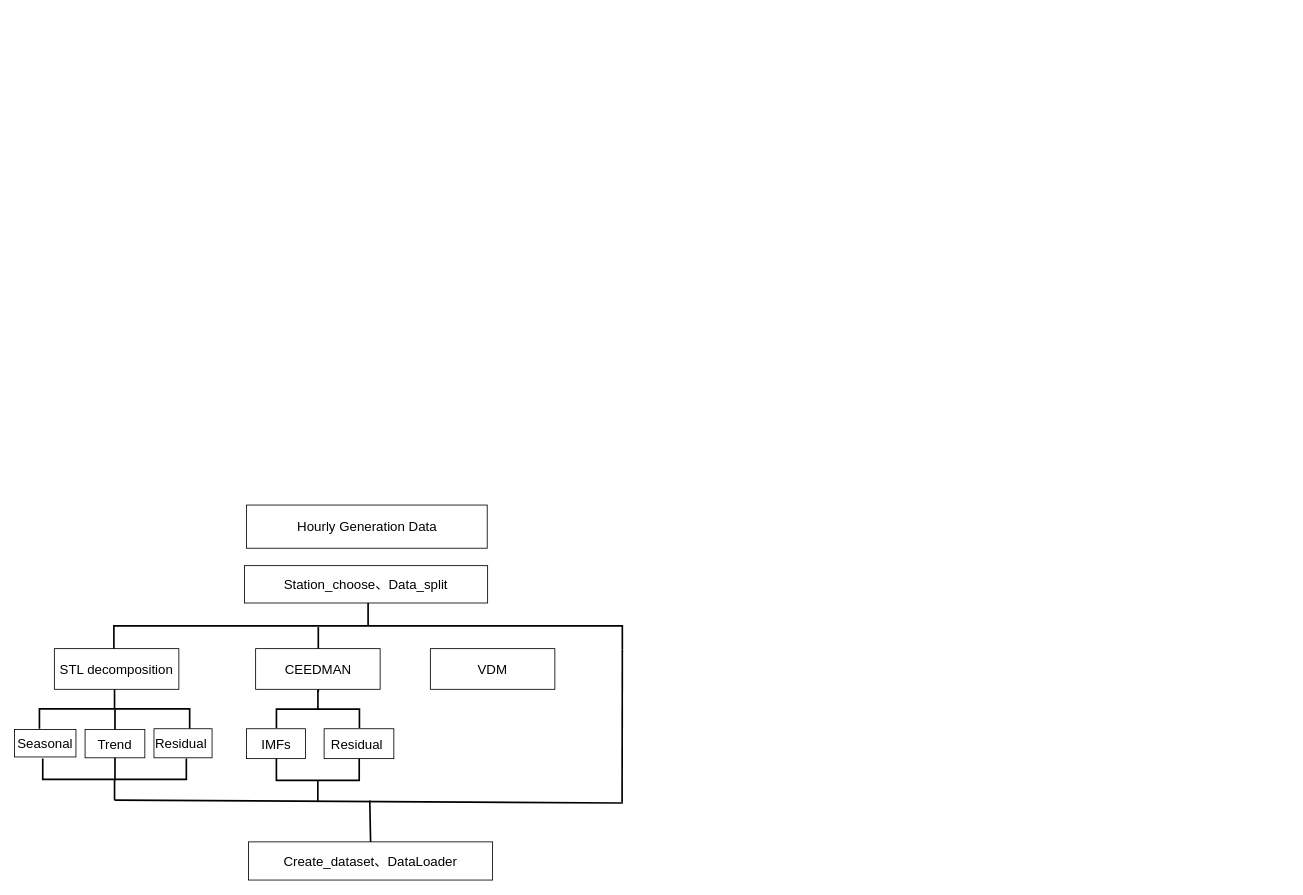
Earlier version of the draw.io diagram dataflow.drawio (TJSenzf/Short-term_SolarPowerPrediction). Source tidied: cells renumbered, new cells numbered last; positions are measured from the earlier drawing's top-left corner, leaving out a move shared by most shapes. Both pictures are drawn from the tidied source at 83%, with x=0, y=0 at pixel (14, 371).
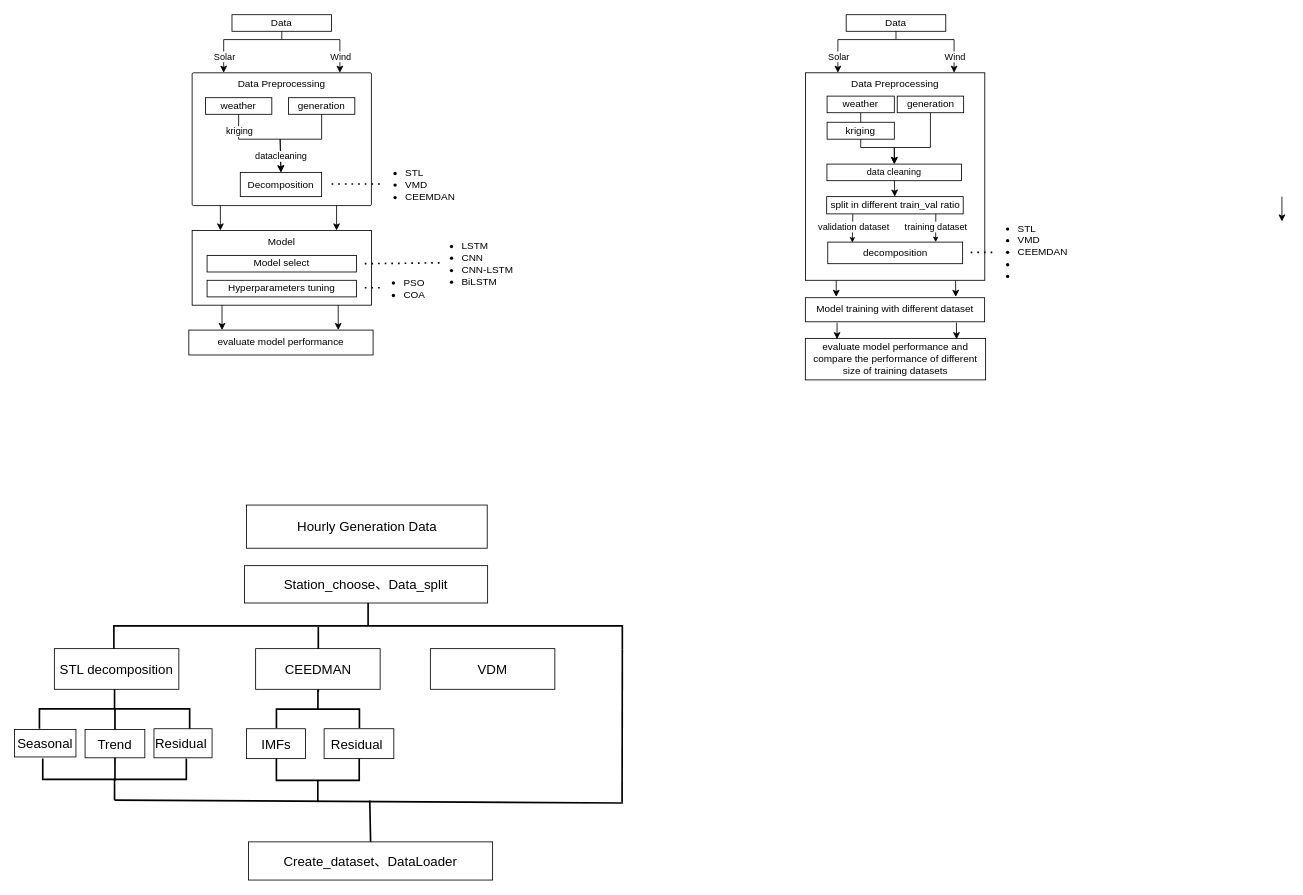
The same diagram, later.

Change to the diagram source:
```diff
@@
+    <mxCell id="23" value="Data" style="rounded=1;whiteSpace=wrap;html=1;fontSize=12;glass=0;strokeWidth=1;shadow=0;arcSize=0;" parent="1" vertex="1">
+      <mxGeometry x="262" y="-429.8" width="120" height="20" as="geometry" />
+    </mxCell>
+    <mxCell id="24" value="Data Preprocessing" style="rounded=1;whiteSpace=wrap;html=1;fontSize=12;glass=0;strokeWidth=1;shadow=0;verticalAlign=top;arcSize=1;" parent="1" vertex="1">
+      <mxGeometry x="214" y="-359.8" width="216" height="160" as="geometry" />
+    </mxCell>
+    <mxCell id="25" style="endArrow=classic;html=1;rounded=0;" parent="1" edge="1">
+      <mxGeometry relative="1" as="geometry">
+        <mxPoint x="322" y="-399.8" as="sourcePoint" />
+        <mxPoint x="392" y="-359.8" as="targetPoint" />
+        <Array as="points">
+          <mxPoint x="392" y="-399.8" />
+          <mxPoint x="392" y="-379.8" />
+        </Array>
+      </mxGeometry>
+    </mxCell>
+    <mxCell id="26" value="Wind" style="edgeLabel;html=1;align=center;verticalAlign=middle;" parent="25" vertex="1">
+      <mxGeometry relative="1" as="geometry">
+        <mxPoint x="15" y="20" as="offset" />
+      </mxGeometry>
+    </mxCell>
+    <mxCell id="27" style="endArrow=none;html=1;rounded=0;entryX=0.5;entryY=1;entryDx=0;entryDy=0;" parent="1" edge="1" target="23">
+      <mxGeometry relative="1" as="geometry">
+        <mxPoint x="322" y="-399.8" as="sourcePoint" />
+      </mxGeometry>
+    </mxCell>
+    <mxCell id="28" style="endArrow=classic;html=1;rounded=0;" parent="1" edge="1">
+      <mxGeometry relative="1" as="geometry">
+        <mxPoint x="322" y="-399.8" as="sourcePoint" />
+        <mxPoint x="252" y="-359.8" as="targetPoint" />
+        <Array as="points">
+          <mxPoint x="252" y="-399.8" />
+          <mxPoint x="252" y="-389.8" />
+        </Array>
+      </mxGeometry>
+    </mxCell>
+    <mxCell id="29" value="Solar" style="edgeLabel;html=1;align=center;verticalAlign=middle;" parent="28" vertex="1">
+      <mxGeometry relative="1" as="geometry">
+        <mxPoint x="-15" y="20" as="offset" />
+      </mxGeometry>
+    </mxCell>
+    <mxCell id="30" style="endArrow=classic;html=1;rounded=0;exitX=0.815;exitY=1;exitDx=0;exitDy=0;exitPerimeter=0;" parent="1" edge="1">
+      <mxGeometry relative="1" as="geometry">
+        <mxPoint x="388" y="-199.8" as="sourcePoint" />
+        <mxPoint x="388" y="-169.8" as="targetPoint" />
+      </mxGeometry>
+    </mxCell>
+    <mxCell id="31" value="Decomposition" style="rounded=1;whiteSpace=wrap;html=1;fontSize=12;glass=0;strokeWidth=1;shadow=0;arcSize=0;" parent="1" vertex="1">
+      <mxGeometry x="272" y="-239.8" width="98" height="29.2" as="geometry" />
+    </mxCell>
+    <mxCell id="32" style="endArrow=classic;html=1;rounded=0;exitX=0.815;exitY=1;exitDx=0;exitDy=0;exitPerimeter=0;" parent="1" edge="1">
+      <mxGeometry relative="1" as="geometry">
+        <mxPoint x="248" y="-199.8" as="sourcePoint" />
+        <mxPoint x="248" y="-169.8" as="targetPoint" />
+      </mxGeometry>
+    </mxCell>
+    <mxCell id="33" value="Model" style="rounded=1;whiteSpace=wrap;html=1;fontSize=12;glass=0;strokeWidth=1;shadow=0;arcSize=0;verticalAlign=top;" parent="1" vertex="1">
+      <mxGeometry x="214" y="-169.8" width="216" height="90" as="geometry" />
+    </mxCell>
+    <mxCell id="34" style="endArrow=classic;html=1;rounded=0;exitX=0.815;exitY=1;exitDx=0;exitDy=0;exitPerimeter=0;" parent="1" edge="1">
+      <mxGeometry relative="1" as="geometry">
+        <mxPoint x="390" y="-79.8" as="sourcePoint" />
+        <mxPoint x="390" y="-49.8" as="targetPoint" />
+      </mxGeometry>
+    </mxCell>
+    <mxCell id="35" style="endArrow=classic;html=1;rounded=0;exitX=0.815;exitY=1;exitDx=0;exitDy=0;exitPerimeter=0;" parent="1" edge="1">
+      <mxGeometry relative="1" as="geometry">
+        <mxPoint x="250" y="-79.8" as="sourcePoint" />
+        <mxPoint x="250" y="-49.8" as="targetPoint" />
+      </mxGeometry>
+    </mxCell>
+    <mxCell id="36" value="weather" style="rounded=0;whiteSpace=wrap;html=1;" parent="1" vertex="1">
+      <mxGeometry x="230" y="-329.8" width="80" height="20" as="geometry" />
+    </mxCell>
+    <mxCell id="37" value="generation" style="rounded=0;whiteSpace=wrap;html=1;" parent="1" vertex="1">
+      <mxGeometry x="330" y="-329.8" width="80" height="20" as="geometry" />
+    </mxCell>
+    <mxCell id="38" style="endArrow=classic;html=1;rounded=0;exitX=0.5;exitY=1;exitDx=0;exitDy=0;entryX=0.5;entryY=0;entryDx=0;entryDy=0;" parent="1" edge="1" source="37" target="31">
+      <mxGeometry relative="1" as="geometry">
+        <Array as="points">
+          <mxPoint x="370" y="-279.8" />
+          <mxPoint x="320" y="-279.8" />
+        </Array>
+      </mxGeometry>
+    </mxCell>
+    <mxCell id="39" style="endArrow=classic;html=1;rounded=0;exitX=0.5;exitY=1;exitDx=0;exitDy=0;entryX=0.5;entryY=0;entryDx=0;entryDy=0;" parent="1" edge="1" source="36" target="31">
+      <mxGeometry relative="1" as="geometry">
+        <Array as="points">
+          <mxPoint x="270" y="-279.8" />
+          <mxPoint x="320" y="-279.8" />
+        </Array>
+      </mxGeometry>
+    </mxCell>
+    <mxCell id="40" value="kriging" style="edgeLabel;html=1;align=center;verticalAlign=middle;" parent="39" vertex="1">
+      <mxGeometry relative="1" as="geometry">
+        <mxPoint x="-30" y="-10" as="offset" />
+      </mxGeometry>
+    </mxCell>
+    <mxCell id="41" value="datacleaning" style="edgeLabel;html=1;align=center;verticalAlign=middle;" parent="39" vertex="1">
+      <mxGeometry relative="1" as="geometry">
+        <mxPoint x="20" y="20" as="offset" />
+      </mxGeometry>
+    </mxCell>
+    <mxCell id="42" value="Model select" style="rounded=0;whiteSpace=wrap;html=1;" parent="1" vertex="1">
+      <mxGeometry x="232" y="-139.8" width="180" height="20" as="geometry" />
+    </mxCell>
+    <mxCell id="43" value="Hyperparameters tuning" style="rounded=0;whiteSpace=wrap;html=1;verticalAlign=middle;" parent="1" vertex="1">
+      <mxGeometry x="232" y="-109.8" width="180" height="20" as="geometry" />
+    </mxCell>
+    <mxCell id="44" style="endArrow=none;dashed=1;html=1;dashPattern=1 3;strokeWidth=2;rounded=0;" parent="1" edge="1">
+      <mxGeometry relative="1" as="geometry">
+        <mxPoint x="422" y="-100.8" as="sourcePoint" />
+        <mxPoint x="442" y="-100.8" as="targetPoint" />
+      </mxGeometry>
+    </mxCell>
+    <mxCell id="45" value="&lt;ul&gt;&lt;li&gt;PSO&lt;/li&gt;&lt;li&gt;COA&lt;/li&gt;&lt;/ul&gt;" style="text;strokeColor=none;fillColor=none;html=1;whiteSpace=wrap;verticalAlign=middle;overflow=hidden;spacing=-1;" parent="1" vertex="1">
+      <mxGeometry x="430" y="-139.8" width="100" height="80" as="geometry" />
+    </mxCell>
+    <mxCell id="46" style="endArrow=none;dashed=1;html=1;dashPattern=1 3;strokeWidth=2;rounded=0;" parent="1" edge="1">
+      <mxGeometry relative="1" as="geometry">
+        <mxPoint x="422" y="-129.8" as="sourcePoint" />
+        <mxPoint x="512" y="-130.8" as="targetPoint" />
+      </mxGeometry>
+    </mxCell>
+    <mxCell id="47" value="&lt;ul&gt;&lt;li&gt;LSTM&lt;/li&gt;&lt;li&gt;CNN&lt;/li&gt;&lt;li&gt;CNN-LSTM&lt;/li&gt;&lt;li&gt;BiLSTM&lt;/li&gt;&lt;/ul&gt;" style="text;strokeColor=none;fillColor=none;html=1;whiteSpace=wrap;verticalAlign=middle;overflow=hidden;spacing=-1;" parent="1" vertex="1">
+      <mxGeometry x="500" y="-169.8" width="100" height="80" as="geometry" />
+    </mxCell>
+    <mxCell id="48" value="evaluate model performance" style="rounded=0;whiteSpace=wrap;html=1;" parent="1" vertex="1">
+      <mxGeometry x="210" y="-49.8" width="222" height="30" as="geometry" />
+    </mxCell>
+    <mxCell id="49" style="endArrow=none;dashed=1;html=1;dashPattern=1 3;strokeWidth=2;rounded=0;" parent="1" edge="1">
+      <mxGeometry relative="1" as="geometry">
+        <mxPoint x="382" y="-225.8" as="sourcePoint" />
+        <mxPoint x="442" y="-225.8" as="targetPoint" />
+      </mxGeometry>
+    </mxCell>
+    <mxCell id="50" value="&lt;ul&gt;&lt;li&gt;&lt;span style=&quot;background-color: initial;&quot;&gt;STL&lt;/span&gt;&lt;/li&gt;&lt;li&gt;VMD&lt;/li&gt;&lt;li&gt;CEEMDAN&lt;/li&gt;&lt;/ul&gt;" style="text;strokeColor=none;fillColor=none;html=1;whiteSpace=wrap;verticalAlign=middle;overflow=hidden;spacing=-1;" parent="1" vertex="1">
+      <mxGeometry x="432" y="-265.2" width="100" height="80" as="geometry" />
+    </mxCell>
+    <mxCell id="51" value="Data" style="rounded=1;whiteSpace=wrap;html=1;fontSize=12;glass=0;strokeWidth=1;shadow=0;arcSize=0;" parent="1" vertex="1">
+      <mxGeometry x="1002" y="-429.8" width="120" height="20" as="geometry" />
+    </mxCell>
+    <mxCell id="52" value="Data Preprocessing" style="rounded=0;whiteSpace=wrap;html=1;fontSize=12;glass=0;strokeWidth=1;shadow=0;verticalAlign=top;arcSize=1;align=center;" parent="1" vertex="1">
+      <mxGeometry x="953" y="-359.8" width="216" height="250" as="geometry" />
+    </mxCell>
+    <mxCell id="53" style="endArrow=classic;html=1;rounded=0;" parent="1" edge="1">
+      <mxGeometry relative="1" as="geometry">
+        <mxPoint x="1062" y="-399.8" as="sourcePoint" />
+        <mxPoint x="1132" y="-359.8" as="targetPoint" />
+        <Array as="points">
+          <mxPoint x="1132" y="-399.8" />
+          <mxPoint x="1132" y="-379.8" />
+        </Array>
+      </mxGeometry>
+    </mxCell>
+    <mxCell id="54" value="Wind" style="edgeLabel;html=1;align=center;verticalAlign=middle;" parent="53" vertex="1">
+      <mxGeometry relative="1" as="geometry">
+        <mxPoint x="15" y="20" as="offset" />
+      </mxGeometry>
+    </mxCell>
+    <mxCell id="55" style="endArrow=none;html=1;rounded=0;entryX=0.5;entryY=1;entryDx=0;entryDy=0;" parent="1" edge="1" target="51">
+      <mxGeometry relative="1" as="geometry">
+        <mxPoint x="1062" y="-399.8" as="sourcePoint" />
+      </mxGeometry>
+    </mxCell>
+    <mxCell id="56" style="endArrow=classic;html=1;rounded=0;" parent="1" edge="1">
+      <mxGeometry relative="1" as="geometry">
+        <mxPoint x="1062" y="-399.8" as="sourcePoint" />
+        <mxPoint x="992" y="-359.8" as="targetPoint" />
+        <Array as="points">
+          <mxPoint x="992" y="-399.8" />
+          <mxPoint x="992" y="-389.8" />
+        </Array>
+      </mxGeometry>
+    </mxCell>
+    <mxCell id="57" value="Solar" style="edgeLabel;html=1;align=center;verticalAlign=middle;" parent="56" vertex="1">
+      <mxGeometry relative="1" as="geometry">
+        <mxPoint x="-15" y="20" as="offset" />
+      </mxGeometry>
+    </mxCell>
+    <mxCell id="58" style="endArrow=classic;html=1;rounded=0;exitX=0.815;exitY=1;exitDx=0;exitDy=0;exitPerimeter=0;" parent="1" edge="1">
+      <mxGeometry relative="1" as="geometry">
+        <mxPoint x="1527" y="-210.6" as="sourcePoint" />
+        <mxPoint x="1527" y="-180.6" as="targetPoint" />
+      </mxGeometry>
+    </mxCell>
+    <mxCell id="59" value="decomposition" style="rounded=1;whiteSpace=wrap;html=1;fontSize=12;glass=0;strokeWidth=1;shadow=0;arcSize=0;" parent="1" vertex="1">
+      <mxGeometry x="979.8" y="-155.8" width="162.5" height="26" as="geometry" />
+    </mxCell>
+    <mxCell id="60" value="Model training with different dataset" style="rounded=1;whiteSpace=wrap;html=1;fontSize=12;glass=0;strokeWidth=1;shadow=0;arcSize=0;verticalAlign=top;align=center;" parent="1" vertex="1">
+      <mxGeometry x="952.8" y="-88.8" width="216" height="29" as="geometry" />
+    </mxCell>
+    <mxCell id="61" style="edgeStyle=orthogonalEdgeStyle;rounded=0;jettySize=auto;html=1;" parent="1" edge="1" source="62" target="76">
+      <mxGeometry relative="1" as="geometry">
+        <Array as="points">
+          <mxPoint x="1020" y="-269.8" />
+          <mxPoint x="1060" y="-269.8" />
+        </Array>
+      </mxGeometry>
+    </mxCell>
+    <mxCell id="62" value="weather" style="rounded=0;whiteSpace=wrap;html=1;" parent="1" vertex="1">
+      <mxGeometry x="979" y="-331.7" width="81" height="20" as="geometry" />
+    </mxCell>
+    <mxCell id="63" style="edgeStyle=orthogonalEdgeStyle;rounded=0;jettySize=auto;html=1;" parent="1" edge="1" source="64" target="76">
+      <mxGeometry relative="1" as="geometry">
+        <Array as="points">
+          <mxPoint x="1104" y="-269.8" />
+          <mxPoint x="1060" y="-269.8" />
+        </Array>
+      </mxGeometry>
+    </mxCell>
+    <mxCell id="64" value="generation" style="rounded=0;whiteSpace=wrap;html=1;" parent="1" vertex="1">
+      <mxGeometry x="1063.5" y="-331.7" width="80" height="20" as="geometry" />
+    </mxCell>
+    <mxCell id="65" value="evaluate model performance and &lt;br&gt;compare the performance of different size of training datasets" style="rounded=0;whiteSpace=wrap;html=1;" parent="1" vertex="1">
+      <mxGeometry x="952.8" y="-39.8" width="217.2" height="50" as="geometry" />
+    </mxCell>
+    <mxCell id="66" style="endArrow=none;dashed=1;html=1;dashPattern=1 3;strokeWidth=2;rounded=0;" parent="1" edge="1">
+      <mxGeometry relative="1" as="geometry">
+        <mxPoint x="1152" y="-143.4" as="sourcePoint" />
+        <mxPoint x="1184" y="-143.4" as="targetPoint" />
+      </mxGeometry>
+    </mxCell>
+    <mxCell id="67" value="&lt;ul&gt;&lt;li&gt;&lt;span style=&quot;background-color: initial;&quot;&gt;STL&lt;/span&gt;&lt;/li&gt;&lt;li&gt;VMD&lt;/li&gt;&lt;li&gt;CEEMDAN&lt;/li&gt;&lt;li&gt;&lt;br&gt;&lt;/li&gt;&lt;li&gt;&lt;br&gt;&lt;/li&gt;&lt;/ul&gt;" style="text;strokeColor=none;fillColor=none;html=1;whiteSpace=wrap;verticalAlign=middle;overflow=hidden;spacing=-1;" parent="1" vertex="1">
+      <mxGeometry x="1170" y="-190.8" width="100" height="80" as="geometry" />
+    </mxCell>
+    <mxCell id="68" value="split in different train_val ratio" style="rounded=0;whiteSpace=wrap;html=1;align=center;" parent="1" vertex="1">
+      <mxGeometry x="978.5" y="-210.6" width="164.5" height="20.8" as="geometry" />
+    </mxCell>
+    <mxCell id="69" style="endArrow=classic;html=1;rounded=0;exitX=0.815;exitY=1;exitDx=0;exitDy=0;exitPerimeter=0;jumpSize=4;" parent="1" edge="1">
+      <mxGeometry relative="1" as="geometry">
+        <mxPoint x="1133.8" y="-109.8" as="sourcePoint" />
+        <mxPoint x="1134" y="-89.8" as="targetPoint" />
+      </mxGeometry>
+    </mxCell>
+    <mxCell id="70" style="endArrow=classic;html=1;rounded=0;exitX=0.815;exitY=1;exitDx=0;exitDy=0;exitPerimeter=0;jumpSize=4;" parent="1" edge="1">
+      <mxGeometry relative="1" as="geometry">
+        <mxPoint x="990" y="-109.8" as="sourcePoint" />
+        <mxPoint x="990" y="-89.8" as="targetPoint" />
+      </mxGeometry>
+    </mxCell>
+    <mxCell id="71" style="endArrow=classic;html=1;rounded=0;jumpSize=4;strokeWidth=1;jumpStyle=none;startSize=4;endSize=4;entryX=0.8;entryY=0.001;entryDx=0;entryDy=0;entryPerimeter=0;" parent="1" edge="1" target="59">
+      <mxGeometry relative="1" as="geometry">
+        <mxPoint x="1110" y="-189.8" as="sourcePoint" />
+      </mxGeometry>
+    </mxCell>
+    <mxCell id="72" value="training dataset" style="edgeLabel;html=1;align=center;verticalAlign=middle;" parent="71" vertex="1">
+      <mxGeometry x="-0.35" y="1" relative="1" as="geometry">
+        <mxPoint x="-1" y="4" as="offset" />
+      </mxGeometry>
+    </mxCell>
+    <mxCell id="73" style="endArrow=classic;html=1;rounded=0;endSize=4;jumpSize=4;entryX=0.182;entryY=0.022;entryDx=0;entryDy=0;entryPerimeter=0;" parent="1" edge="1" target="59">
+      <mxGeometry relative="1" as="geometry">
+        <mxPoint x="1010" y="-189.8" as="sourcePoint" />
+      </mxGeometry>
+    </mxCell>
+    <mxCell id="74" value="validation dataset" style="edgeLabel;html=1;align=center;verticalAlign=middle;" parent="73" vertex="1">
+      <mxGeometry x="-0.35" y="1" relative="1" as="geometry">
+        <mxPoint y="4" as="offset" />
+      </mxGeometry>
+    </mxCell>
+    <mxCell id="75" style="rounded=0;jettySize=auto;html=1;" parent="1" edge="1" source="76" target="68">
+      <mxGeometry relative="1" as="geometry" />
+    </mxCell>
+    <mxCell id="76" value="&lt;span style=&quot;color: rgb(0, 0, 0); font-family: Helvetica; font-size: 11px; font-style: normal; font-variant-ligatures: normal; font-variant-caps: normal; font-weight: 400; letter-spacing: normal; orphans: 2; text-indent: 0px; text-transform: none; widows: 2; word-spacing: 0px; -webkit-text-stroke-width: 0px; background-color: rgb(255, 255, 255); text-decoration-thickness: initial; text-decoration-style: initial; text-decoration-color: initial; float: none; display: inline !important;&quot;&gt;data cleaning&lt;/span&gt;" style="rounded=0;whiteSpace=wrap;html=1;align=center;" parent="1" vertex="1">
+      <mxGeometry x="978.8" y="-249.8" width="162.2" height="20" as="geometry" />
+    </mxCell>
+    <mxCell id="77" value="kriging" style="rounded=0;whiteSpace=wrap;html=1;" parent="1" vertex="1">
+      <mxGeometry x="979" y="-300.2" width="81" height="20.4" as="geometry" />
+    </mxCell>
+    <mxCell id="78" style="endArrow=classic;html=1;rounded=0;exitX=0.815;exitY=1;exitDx=0;exitDy=0;exitPerimeter=0;jumpSize=4;" parent="1" edge="1">
+      <mxGeometry relative="1" as="geometry">
+        <mxPoint x="1134.8" y="-58.8" as="sourcePoint" />
+        <mxPoint x="1135" y="-38.8" as="targetPoint" />
+      </mxGeometry>
+    </mxCell>
+    <mxCell id="79" style="endArrow=classic;html=1;rounded=0;exitX=0.815;exitY=1;exitDx=0;exitDy=0;exitPerimeter=0;jumpSize=4;" parent="1" edge="1">
+      <mxGeometry relative="1" as="geometry">
+        <mxPoint x="991" y="-58.8" as="sourcePoint" />
+        <mxPoint x="991" y="-38.8" as="targetPoint" />
+      </mxGeometry>
+    </mxCell>
```
